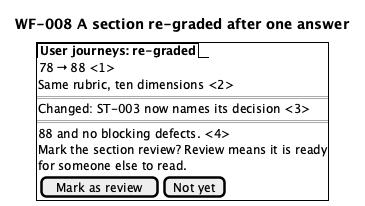
SpillwaveSolutions/prd-forge keeps this PlantUML diagram as docs/prd/prd-forge/diagrams/WF-008.png. Above is the earlier version. Source of this version:
```plantuml
@startsalt
title WF-008 A section re-graded after one answer
{+
  {/ <b>User journeys: re-graded</b> }
  {
    78 | → | 88 <1>
  }
  Same rubric, ten dimensions <2>
  ==
  Changed: ST-003 now names its decision <3>
  ==
  88 and no blocking defects. <4>
  Mark the section review? Review means it is ready
  for someone else to read.
  { [Mark as review] | [Not yet] }
}
@endsalt
```
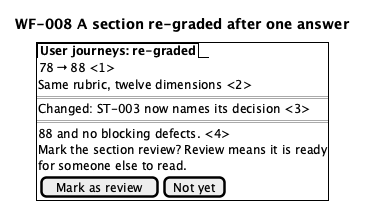
Above is the later version.

Diff of the diagram source:
```diff
@@ -5,7 +5,7 @@
   {
     78 | → | 88 <1>
   }
-  Same rubric, ten dimensions <2>
+  Same rubric, twelve dimensions <2>
   ==
   Changed: ST-003 now names its decision <3>
   ==
```
